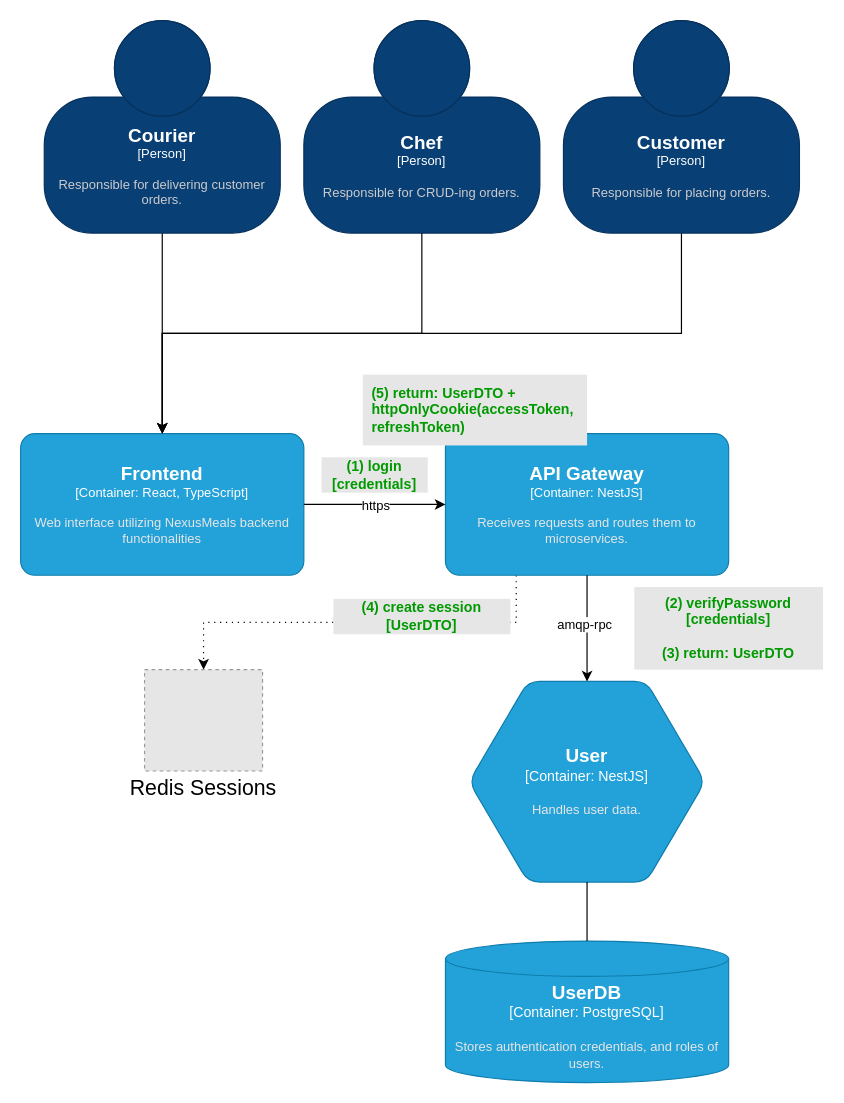
The draw.io diagram page "login" (4 of 11) of system-context-current.drawio in poolziee/NexusMeals-Docs, before the edit. Source tidied: cells renumbered, new cells numbered last; positions are measured from the earlier drawing's top-left corner, leaving out a move shared by most shapes. Both pictures are drawn from the tidied source at 118%, with x=0, y=0 at pixel (20, 20). Pictures stored in the file or linked from it are replaced by grey dashed boxes.
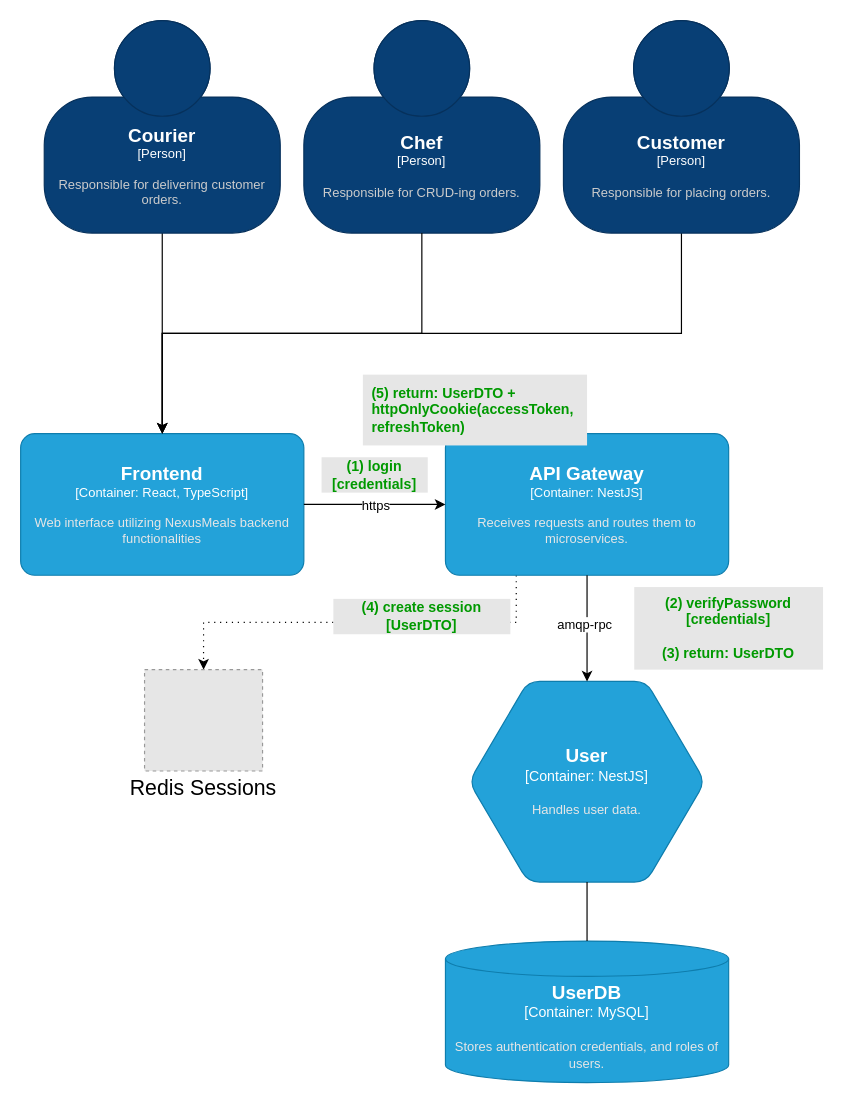
Above is the later version.

The change refers to these unchanged cells:
```xml
<mxCell id="5" style="group;" parent="1" vertex="1">
  <mxGeometry x="360" y="560" width="240" height="340" as="geometry" />
</mxCell>
```

Change to the diagram source:
```diff
@@
-    <object id="7" label="&lt;font style=&quot;font-size: 16px&quot;&gt;&lt;b&gt;%c4Type%&lt;/b&gt;&lt;/font&gt;&lt;div&gt;[%c4Container%:&amp;nbsp;%c4Technology%]&lt;/div&gt;&lt;br&gt;&lt;div&gt;&lt;font style=&quot;font-size: 11px&quot;&gt;&lt;font color=&quot;#E6E6E6&quot;&gt;%c4Description%&lt;/font&gt;&lt;/div&gt;" c4Container="Container" c4Description="Stores authentication credentials, and roles of users." c4Technology="PostgreSQL" c4Type="UserDB" placeholders="1">
+    <object id="7" label="&lt;font style=&quot;font-size: 16px&quot;&gt;&lt;b&gt;%c4Type%&lt;/b&gt;&lt;/font&gt;&lt;div&gt;[%c4Container%:&amp;nbsp;%c4Technology%]&lt;/div&gt;&lt;br&gt;&lt;div&gt;&lt;font style=&quot;font-size: 11px&quot;&gt;&lt;font color=&quot;#E6E6E6&quot;&gt;%c4Description%&lt;/font&gt;&lt;/div&gt;" c4Container="Container" c4Description="Stores authentication credentials, and roles of users." c4Technology="MySQL" c4Type="UserDB" placeholders="1">
       <mxCell style="shape=cylinder3;size=15;whiteSpace=wrap;html=1;boundedLbl=1;rounded=0;labelBackgroundColor=none;fillColor=#23A2D9;fontSize=12;fontColor=#ffffff;align=center;strokeColor=#0E7DAD;points=[[0.5,0,0],[1,0.25,0],[1,0.5,0],[1,0.75,0],[0.5,1,0],[0,0.75,0],[0,0.5,0],[0,0.25,0]];" parent="5" vertex="1">
         <mxGeometry y="220" width="240" height="120" as="geometry" />
       </mxCell>
     </object>
```
